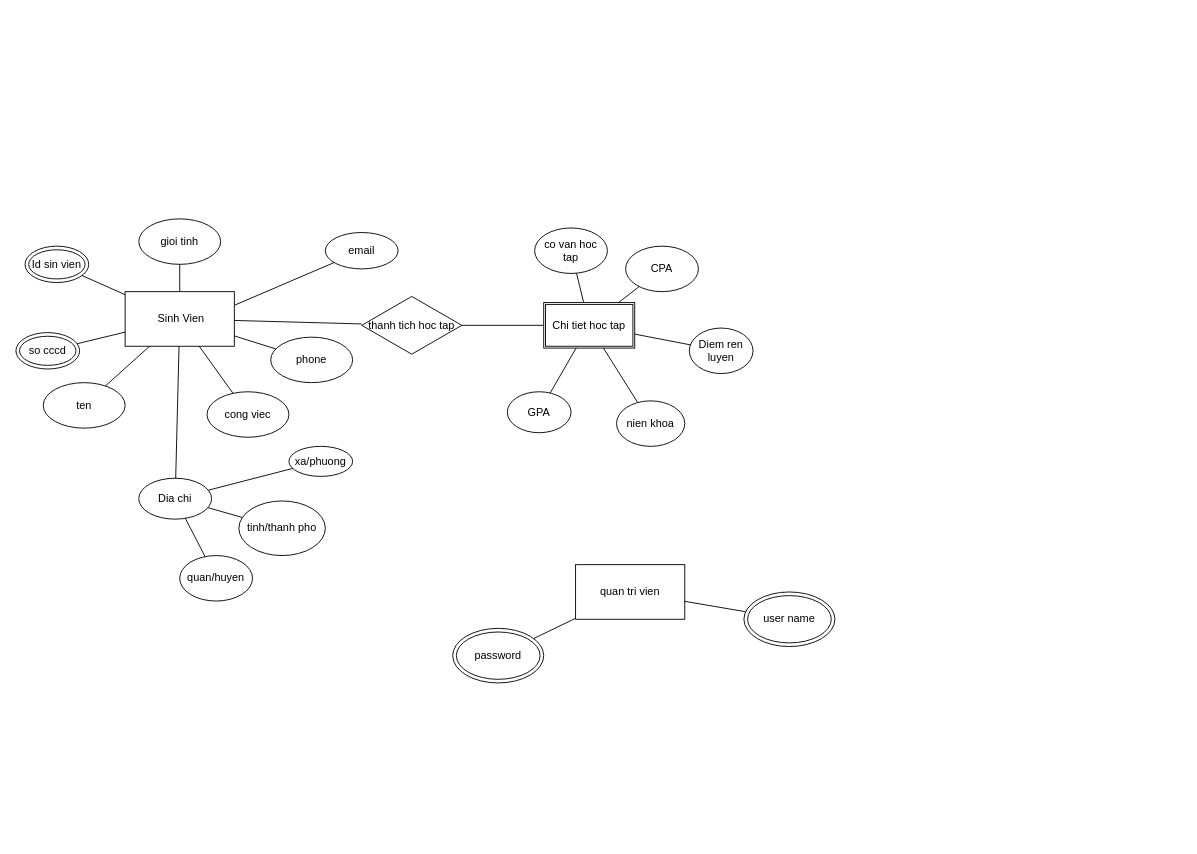
Before: Untitled Diagram.drawio in Heulwen31/Quan-Ly-Cuu-Sinh-Vien, a draw.io diagram. Source tidied: cells renumbered, new cells numbered last; positions are measured from the earlier drawing's top-left corner, leaving out a move shared by most shapes. Both pictures are drawn from the tidied source at 91%, with x=0, y=0 at pixel (15, 218).
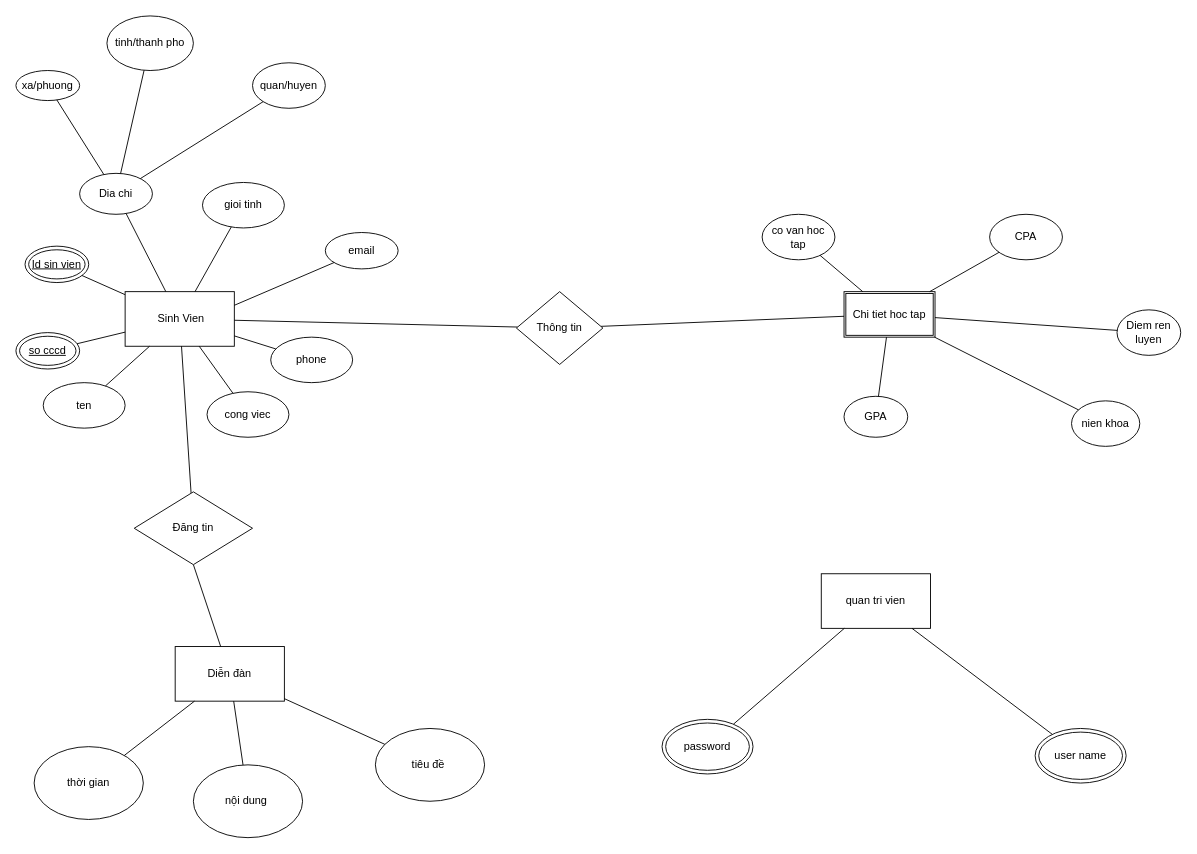
The same page after the edit.

The change refers to these unchanged cells:
```xml
<mxCell id="2" value="&amp;nbsp;Sinh Vien" style="rounded=0;whiteSpace=wrap;html=1;" parent="1" vertex="1">
  <mxGeometry x="120" y="80" width="120" height="60" as="geometry" />
</mxCell>
```

Diff of the diagram source:
```diff
@@
     <mxCell id="3" value="Dia chi" style="ellipse;whiteSpace=wrap;html=1;" parent="1" vertex="1">
-      <mxGeometry x="135" y="285" width="80" height="45" as="geometry" />
+      <mxGeometry x="70" y="-50" width="80" height="45" as="geometry" />
     </mxCell>
@@
-    <mxCell id="5" value="Id sin vien" style="ellipse;shape=doubleEllipse;whiteSpace=wrap;html=1;" parent="1" vertex="1">
+    <mxCell id="5" value="Id sin vien" style="ellipse;shape=doubleEllipse;whiteSpace=wrap;html=1;fontStyle=4;" parent="1" vertex="1">
       <mxGeometry x="10" y="30" width="70" height="40" as="geometry" />
     </mxCell>
-    <mxCell id="6" value="so cccd" style="ellipse;shape=doubleEllipse;whiteSpace=wrap;html=1;" parent="1" vertex="1">
+    <mxCell id="6" value="so cccd" style="ellipse;shape=doubleEllipse;whiteSpace=wrap;html=1;fontStyle=4;" parent="1" vertex="1">
       <mxGeometry y="125" width="70" height="40" as="geometry" />
     </mxCell>
@@
     <mxCell id="9" value="Chi tiet hoc tap" style="shape=ext;double=1;rounded=0;whiteSpace=wrap;html=1;" parent="1" vertex="1">
-      <mxGeometry x="580" y="92" width="100" height="50" as="geometry" />
+      <mxGeometry x="910" y="80" width="100" height="50" as="geometry" />
     </mxCell>
     <mxCell id="10" value="CPA" style="ellipse;whiteSpace=wrap;html=1;" parent="1" vertex="1">
-      <mxGeometry x="670" y="30" width="80" height="50" as="geometry" />
+      <mxGeometry x="1070" y="-5" width="80" height="50" as="geometry" />
     </mxCell>
     <mxCell id="11" value="Diem ren luyen" style="ellipse;whiteSpace=wrap;html=1;" parent="1" vertex="1">
-      <mxGeometry x="740" y="120" width="70" height="50" as="geometry" />
+      <mxGeometry x="1210" y="100" width="70" height="50" as="geometry" />
     </mxCell>
@@
-    <mxCell id="14" value="thanh tich hoc tap " style="html=1;whiteSpace=wrap;shape=isoRectangle;" parent="1" vertex="1">
-      <mxGeometry x="380" y="84" width="110" height="66" as="geometry" />
-    </mxCell>
-    <mxCell id="15" style="endArrow=none;html=1;rounded=0;" parent="1" edge="1" source="2" target="14">
+    <mxCell id="15" style="endArrow=none;html=1;rounded=0;" parent="1" edge="1" source="2" target="54">
       <mxGeometry relative="1" as="geometry" />
     </mxCell>
-    <mxCell id="16" style="endArrow=none;html=1;rounded=0;" parent="1" edge="1" source="14" target="9">
+    <mxCell id="16" style="endArrow=none;html=1;rounded=0;" parent="1" edge="1" source="54" target="9">
       <mxGeometry relative="1" as="geometry" />
     </mxCell>
@@
     <mxCell id="19" value="quan tri vien" style="rounded=0;whiteSpace=wrap;html=1;" parent="1" vertex="1">
-      <mxGeometry x="615" y="380" width="120" height="60" as="geometry" />
+      <mxGeometry x="885" y="390" width="120" height="60" as="geometry" />
     </mxCell>
     <mxCell id="20" value="co van hoc tap" style="ellipse;whiteSpace=wrap;html=1;" parent="1" vertex="1">
-      <mxGeometry x="570" y="10" width="80" height="50" as="geometry" />
+      <mxGeometry x="820" y="-5" width="80" height="50" as="geometry" />
     </mxCell>
     <mxCell id="21" value="nien khoa" style="ellipse;whiteSpace=wrap;html=1;" parent="1" vertex="1">
-      <mxGeometry x="660" y="200" width="75" height="50" as="geometry" />
+      <mxGeometry x="1160" y="200" width="75" height="50" as="geometry" />
     </mxCell>
@@
     <mxCell id="32" value="user name" style="ellipse;shape=doubleEllipse;whiteSpace=wrap;html=1;" parent="1" vertex="1">
-      <mxGeometry x="800" y="410" width="100" height="60" as="geometry" />
+      <mxGeometry x="1120" y="560" width="100" height="60" as="geometry" />
     </mxCell>
     <mxCell id="33" value="password" style="ellipse;shape=doubleEllipse;whiteSpace=wrap;html=1;" parent="1" vertex="1">
-      <mxGeometry x="480" y="450" width="100" height="60" as="geometry" />
+      <mxGeometry x="710" y="550" width="100" height="60" as="geometry" />
     </mxCell>
     <mxCell id="34" value="GPA" style="ellipse;whiteSpace=wrap;html=1;" parent="1" vertex="1">
-      <mxGeometry x="540" y="190" width="70" height="45" as="geometry" />
+      <mxGeometry x="910" y="195" width="70" height="45" as="geometry" />
     </mxCell>
@@
     <mxCell id="36" value="gioi tinh" style="ellipse;whiteSpace=wrap;html=1;" parent="1" vertex="1">
-      <mxGeometry x="135" width="90" height="50" as="geometry" />
+      <mxGeometry x="205" y="-40" width="90" height="50" as="geometry" />
     </mxCell>
@@
     <mxCell id="38" value="xa/phuong" style="ellipse;whiteSpace=wrap;html=1;" parent="1" vertex="1">
-      <mxGeometry x="300" y="250" width="70" height="33" as="geometry" />
+      <mxGeometry y="-163" width="70" height="33" as="geometry" />
     </mxCell>
     <mxCell id="39" value="quan/huyen" style="ellipse;whiteSpace=wrap;html=1;" parent="1" vertex="1">
-      <mxGeometry x="180" y="370" width="80" height="50" as="geometry" />
+      <mxGeometry x="260" y="-171.5" width="80" height="50" as="geometry" />
     </mxCell>
     <mxCell id="40" value="tinh/thanh pho" style="ellipse;whiteSpace=wrap;html=1;" parent="1" vertex="1">
-      <mxGeometry x="245" y="310" width="95" height="60" as="geometry" />
+      <mxGeometry x="100" y="-223" width="95" height="60" as="geometry" />
     </mxCell>
@@
+    <mxCell id="44" value="Diễn đàn" style="rounded=0;whiteSpace=wrap;html=1;" parent="1" vertex="1">
+      <mxGeometry x="175" y="470" width="120" height="60" as="geometry" />
+    </mxCell>
+    <mxCell id="45" value="thời gian" style="ellipse;whiteSpace=wrap;html=1;" parent="1" vertex="1">
+      <mxGeometry x="20" y="580" width="120" height="80" as="geometry" />
+    </mxCell>
+    <mxCell id="46" value="nội dung&amp;nbsp;" style="ellipse;whiteSpace=wrap;html=1;" parent="1" vertex="1">
+      <mxGeometry x="195" y="600" width="120" height="80" as="geometry" />
+    </mxCell>
+    <mxCell id="47" value="tiêu đề&amp;nbsp;" style="ellipse;whiteSpace=wrap;html=1;" parent="1" vertex="1">
+      <mxGeometry x="395" y="560" width="120" height="80" as="geometry" />
+    </mxCell>
+    <mxCell id="48" style="endArrow=none;html=1;" parent="1" edge="1" source="45" target="44">
+      <mxGeometry relative="1" as="geometry" />
+    </mxCell>
+    <mxCell id="49" style="endArrow=none;html=1;" parent="1" edge="1" source="46" target="44">
+      <mxGeometry relative="1" as="geometry" />
+    </mxCell>
+    <mxCell id="50" style="endArrow=none;html=1;" parent="1" edge="1" source="44" target="47">
+      <mxGeometry relative="1" as="geometry" />
+    </mxCell>
+    <mxCell id="51" style="endArrow=none;html=1;" parent="1" edge="1" source="53" target="2">
+      <mxGeometry relative="1" as="geometry" />
+    </mxCell>
+    <mxCell id="52" style="endArrow=none;html=1;entryX=0.5;entryY=1;entryDx=0;entryDy=0;" parent="1" edge="1" source="44" target="53">
+      <mxGeometry relative="1" as="geometry" />
+    </mxCell>
+    <mxCell id="53" value="Đăng tin" style="rhombus;whiteSpace=wrap;html=1;" parent="1" vertex="1">
+      <mxGeometry x="130" y="300" width="130" height="80" as="geometry" />
+    </mxCell>
+    <mxCell id="54" value="Thông tin" style="rhombus;whiteSpace=wrap;html=1;" parent="1" vertex="1">
+      <mxGeometry x="550" y="80" width="95" height="80" as="geometry" />
+    </mxCell>
```
